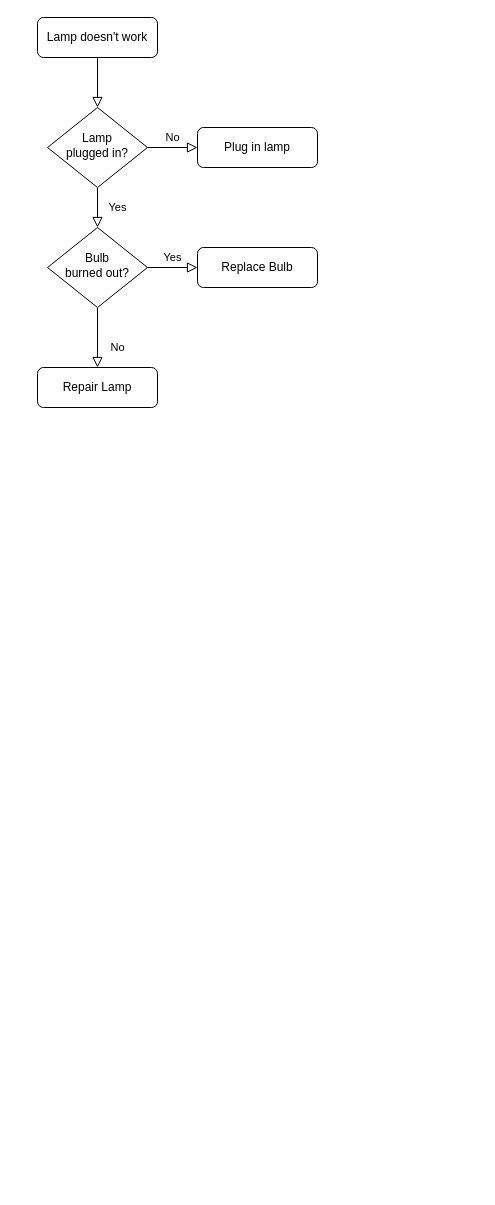
Before: Diagrama sin título.drawio in Jo16GitHub/prueba-1, a draw.io diagram. Source tidied: cells renumbered, new cells numbered last; positions are measured from the earlier drawing's top-left corner, leaving out a move shared by most shapes. Both pictures are drawn from the tidied source at 100%, with x=0, y=0 at pixel (37, 17).
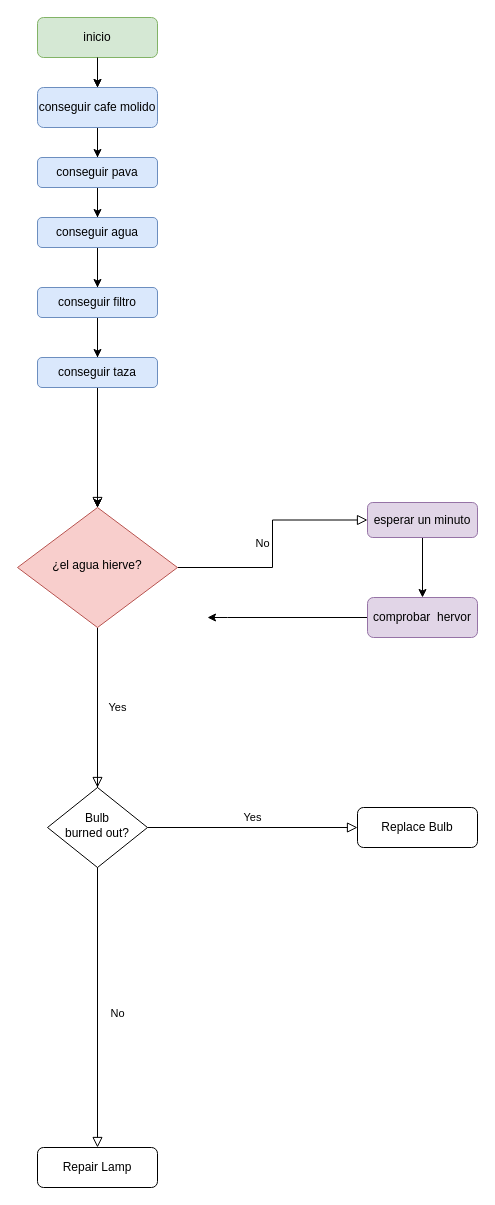
Above is the later version.

Change to the diagram source:
```diff
@@
+    <mxCell id="13" style="edgeStyle=orthogonalEdgeStyle;rounded=0;jettySize=auto;html=1;" parent="1" edge="1" source="23" target="6">
+      <mxGeometry relative="1" as="geometry">
+        <Array as="points">
+          <mxPoint x="60" y="140" />
+          <mxPoint x="60" y="140" />
+        </Array>
+      </mxGeometry>
+    </mxCell>
+    <mxCell id="14" style="edgeStyle=orthogonalEdgeStyle;rounded=0;jettySize=auto;html=1;" parent="1" edge="1" source="3" target="23">
+      <mxGeometry relative="1" as="geometry" />
+    </mxCell>
-    <mxCell id="3" value="Lamp doesn't work" style="rounded=1;whiteSpace=wrap;html=1;fontSize=12;glass=0;strokeWidth=1;shadow=0;" parent="1" vertex="1">
+    <mxCell id="3" value="inicio" style="rounded=1;whiteSpace=wrap;html=1;fontSize=12;glass=0;strokeWidth=1;shadow=0;fillColor=#d5e8d4;strokeColor=#82b366;" parent="1" vertex="1">
       <mxGeometry width="120" height="40" as="geometry" />
     </mxCell>
@@
-    <mxCell id="6" value="Lamp&lt;br&gt;plugged in?" style="rhombus;whiteSpace=wrap;html=1;shadow=0;fontFamily=Helvetica;fontSize=12;align=center;strokeWidth=1;spacing=6;spacingTop=-4;" parent="1" vertex="1">
-      <mxGeometry x="10" y="90" width="100" height="80" as="geometry" />
+    <mxCell id="6" value="¿el agua hierve?" style="rhombus;whiteSpace=wrap;html=1;shadow=0;fontFamily=Helvetica;fontSize=12;align=center;strokeWidth=1;spacing=6;spacingTop=-4;fillColor=#f8cecc;strokeColor=#b85450;" parent="1" vertex="1">
+      <mxGeometry x="-20" y="490" width="160" height="120" as="geometry" />
     </mxCell>
+    <mxCell id="15" style="edgeStyle=orthogonalEdgeStyle;rounded=0;jettySize=auto;html=1;" parent="1" edge="1" source="7" target="28">
+      <mxGeometry relative="1" as="geometry" />
+    </mxCell>
-    <mxCell id="7" value="Plug in lamp" style="rounded=1;whiteSpace=wrap;html=1;fontSize=12;glass=0;strokeWidth=1;shadow=0;" parent="1" vertex="1">
-      <mxGeometry x="160" y="110" width="120" height="40" as="geometry" />
+    <mxCell id="7" value="esperar un minuto" style="rounded=1;whiteSpace=wrap;html=1;fontSize=12;glass=0;strokeWidth=1;shadow=0;fillColor=#e1d5e7;strokeColor=#9673a6;" parent="1" vertex="1">
+      <mxGeometry x="330" y="485" width="110" height="35" as="geometry" />
     </mxCell>
     <mxCell id="8" value="No" style="rounded=0;html=1;jettySize=auto;fontSize=11;endArrow=block;endFill=0;endSize=8;strokeWidth=1;shadow=0;labelBackgroundColor=none;edgeStyle=orthogonalEdgeStyle;" parent="1" edge="1" source="10" target="11">
-      <mxGeometry x="0.33" y="20" relative="1" as="geometry" />
+      <mxGeometry x="0.33" y="20" relative="1" as="geometry">
+        <Array as="points">
+          <mxPoint x="60" y="750" />
+          <mxPoint x="60" y="750" />
+        </Array>
+      </mxGeometry>
     </mxCell>
@@
     <mxCell id="10" value="Bulb&lt;br&gt;burned out?" style="rhombus;whiteSpace=wrap;html=1;shadow=0;fontFamily=Helvetica;fontSize=12;align=center;strokeWidth=1;spacing=6;spacingTop=-4;" parent="1" vertex="1">
-      <mxGeometry x="10" y="210" width="100" height="80" as="geometry" />
+      <mxGeometry x="10" y="770" width="100" height="80" as="geometry" />
     </mxCell>
     <mxCell id="11" value="Repair Lamp" style="rounded=1;whiteSpace=wrap;html=1;fontSize=12;glass=0;strokeWidth=1;shadow=0;" parent="1" vertex="1">
-      <mxGeometry y="350" width="120" height="40" as="geometry" />
+      <mxGeometry y="1130" width="120" height="40" as="geometry" />
     </mxCell>
     <mxCell id="12" value="Replace Bulb" style="rounded=1;whiteSpace=wrap;html=1;fontSize=12;glass=0;strokeWidth=1;shadow=0;" parent="1" vertex="1">
-      <mxGeometry x="160" y="230" width="120" height="40" as="geometry" />
+      <mxGeometry x="320" y="790" width="120" height="40" as="geometry" />
     </mxCell>
+    <mxCell id="16" style="edgeStyle=orthogonalEdgeStyle;rounded=0;jettySize=auto;html=1;" parent="1" edge="1" source="23" target="18">
+      <mxGeometry relative="1" as="geometry" />
+    </mxCell>
+    <mxCell id="17" style="edgeStyle=orthogonalEdgeStyle;rounded=0;jettySize=auto;html=1;" parent="1" edge="1" source="18" target="21">
+      <mxGeometry relative="1" as="geometry" />
+    </mxCell>
+    <mxCell id="18" value="conseguir pava" style="whiteSpace=wrap;html=1;fillColor=#dae8fc;strokeColor=#6c8ebf;rounded=1;glass=0;strokeWidth=1;shadow=0;" parent="1" vertex="1">
+      <mxGeometry y="140" width="120" height="30" as="geometry" />
+    </mxCell>
+    <mxCell id="19" style="edgeStyle=orthogonalEdgeStyle;rounded=0;jettySize=auto;html=1;" parent="1" edge="1" source="21" target="6">
+      <mxGeometry relative="1" as="geometry" />
+    </mxCell>
+    <mxCell id="20" style="edgeStyle=orthogonalEdgeStyle;rounded=0;jettySize=auto;html=1;" parent="1" edge="1" source="21" target="25">
+      <mxGeometry relative="1" as="geometry" />
+    </mxCell>
+    <mxCell id="21" value="conseguir agua" style="whiteSpace=wrap;html=1;fillColor=#dae8fc;strokeColor=#6c8ebf;rounded=1;glass=0;strokeWidth=1;shadow=0;" parent="1" vertex="1">
+      <mxGeometry y="200" width="120" height="30" as="geometry" />
+    </mxCell>
+    <mxCell id="22" style="edgeStyle=orthogonalEdgeStyle;rounded=0;jettySize=auto;html=1;" parent="1" edge="1" source="3" target="23">
+      <mxGeometry relative="1" as="geometry">
+        <Array as="points">
+          <mxPoint x="60" y="60" />
+          <mxPoint x="60" y="60" />
+        </Array>
+      </mxGeometry>
+    </mxCell>
+    <mxCell id="23" value="conseguir cafe molido" style="whiteSpace=wrap;html=1;fillColor=#dae8fc;strokeColor=#6c8ebf;rounded=1;glass=0;strokeWidth=1;shadow=0;" parent="1" vertex="1">
+      <mxGeometry y="70" width="120" height="40" as="geometry" />
+    </mxCell>
+    <mxCell id="24" style="edgeStyle=orthogonalEdgeStyle;rounded=0;jettySize=auto;html=1;" parent="1" edge="1" source="25" target="26">
+      <mxGeometry relative="1" as="geometry" />
+    </mxCell>
+    <mxCell id="25" value="conseguir filtro" style="whiteSpace=wrap;html=1;fillColor=#dae8fc;strokeColor=#6c8ebf;rounded=1;glass=0;strokeWidth=1;shadow=0;" parent="1" vertex="1">
+      <mxGeometry y="270" width="120" height="30" as="geometry" />
+    </mxCell>
+    <mxCell id="26" value="conseguir taza" style="whiteSpace=wrap;html=1;fillColor=#dae8fc;strokeColor=#6c8ebf;rounded=1;glass=0;strokeWidth=1;shadow=0;" parent="1" vertex="1">
+      <mxGeometry y="340" width="120" height="30" as="geometry" />
+    </mxCell>
+    <mxCell id="27" style="edgeStyle=orthogonalEdgeStyle;rounded=0;jettySize=auto;html=1;" parent="1" edge="1" source="28">
+      <mxGeometry relative="1" as="geometry">
+        <mxPoint x="170" y="600" as="targetPoint" />
+        <Array as="points">
+          <mxPoint x="190" y="600" />
+        </Array>
+      </mxGeometry>
+    </mxCell>
+    <mxCell id="28" value="comprobar&amp;nbsp; hervor" style="whiteSpace=wrap;html=1;rounded=1;glass=0;strokeWidth=1;shadow=0;fillColor=#e1d5e7;strokeColor=#9673a6;" parent="1" vertex="1">
+      <mxGeometry x="330" y="580" width="110" height="40" as="geometry" />
+    </mxCell>
```
